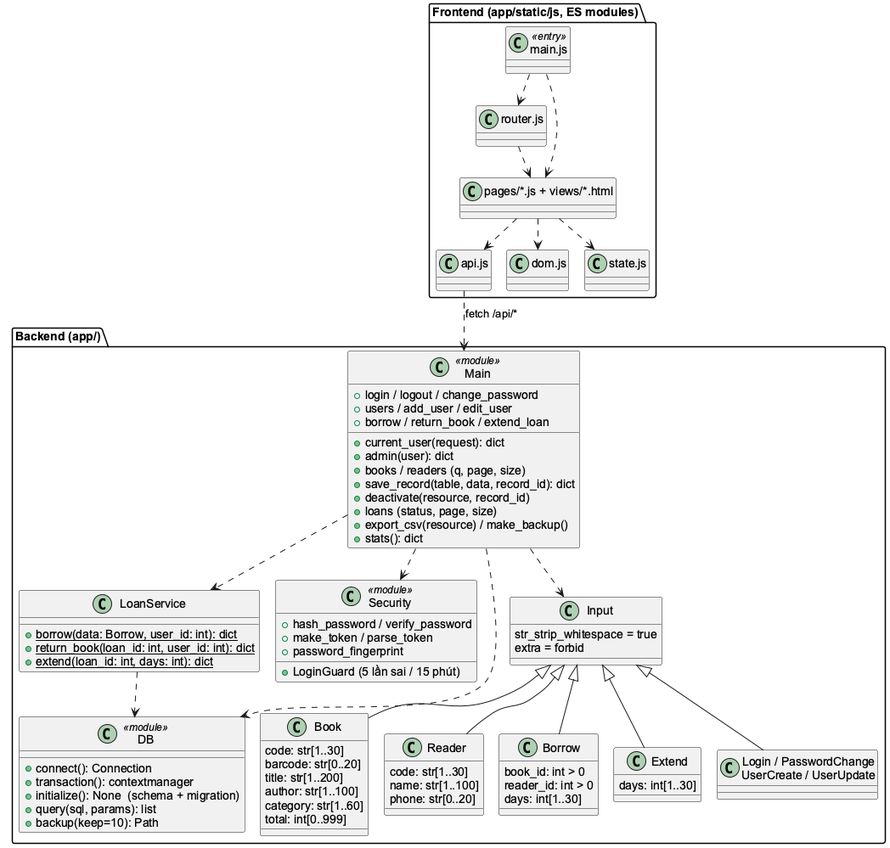
Above: docs/uml/06_design_class.png in khoiln218/ThuVienMini (PlantUML), before the change.
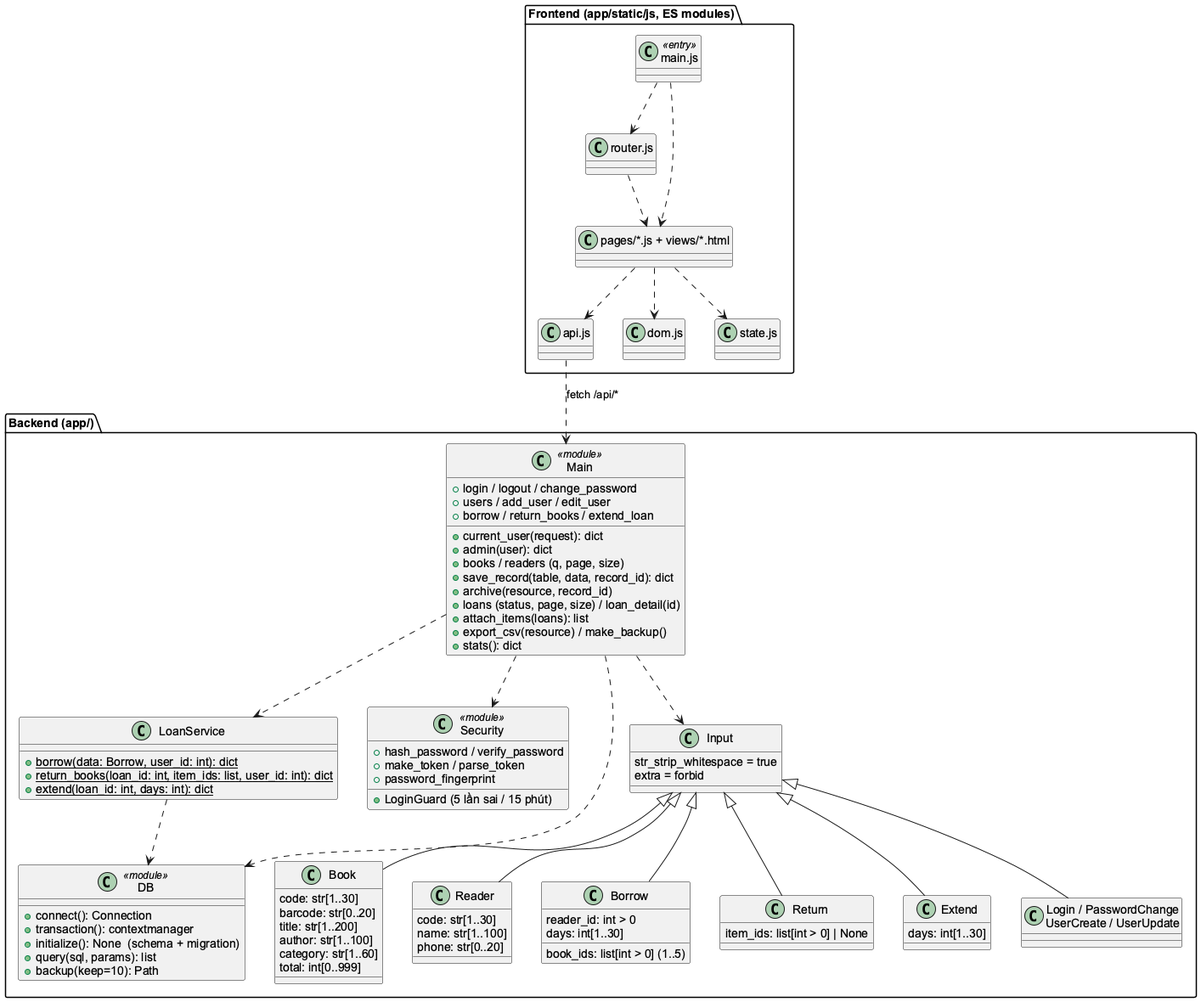
The same diagram one commit later.

What changed in the source:
```diff
@@ -1,5 +1,4 @@
 @startuml
-!pragma layout smetana
 skinparam defaultFontName Arial
 skinparam shadowing false
 package "Backend (app/)" {
@@ -10,15 +9,16 @@
  +users / add_user / edit_user
  +books / readers (q, page, size)
  +save_record(table, data, record_id): dict
- +deactivate(resource, record_id)
- +loans (status, page, size)
- +borrow / return_book / extend_loan
+ +archive(resource, record_id)
+ +loans (status, page, size) / loan_detail(id)
+ +attach_items(loans): list
+ +borrow / return_books / extend_loan
  +export_csv(resource) / make_backup()
  +stats(): dict
 }
 class LoanService {
  {static} +borrow(data: Borrow, user_id: int): dict
- {static} +return_book(loan_id: int, user_id: int): dict
+ {static} +return_books(loan_id: int, item_ids: list, user_id: int): dict
  {static} +extend(loan_id: int, days: int): dict
 }
 class Security <<module>> {
@@ -52,9 +52,12 @@
  phone: str[0..20]
 }
 class Borrow {
- book_id: int > 0
  reader_id: int > 0
+ book_ids: list[int > 0] (1..5)
  days: int[1..30]
+}
+class Return {
+ item_ids: list[int > 0] | None
 }
 class Extend {
  days: int[1..30]
@@ -63,6 +66,7 @@
 Input <|-- Book
 Input <|-- Reader
 Input <|-- Borrow
+Input <|-- Return
 Input <|-- Extend
 Input <|-- Auth
 Main ..> LoanService
```
